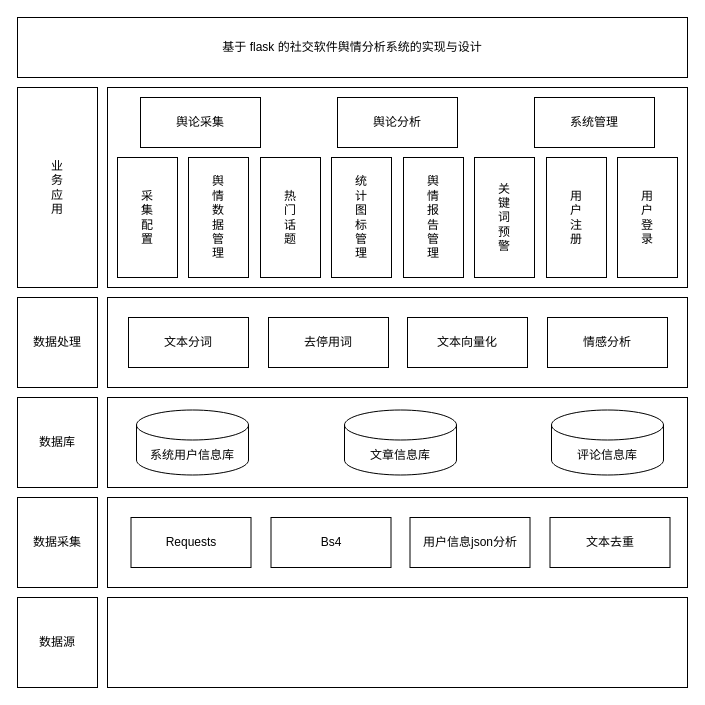
The draw.io diagram 未命名绘图.drawio in ll861181031/AgentGPT, before the edit. Source tidied: cells renumbered, new cells numbered last; positions are measured from the earlier drawing's top-left corner, leaving out a move shared by most shapes. Both pictures are drawn from the tidied source at 100%, with x=0, y=0 at pixel (17, 17).
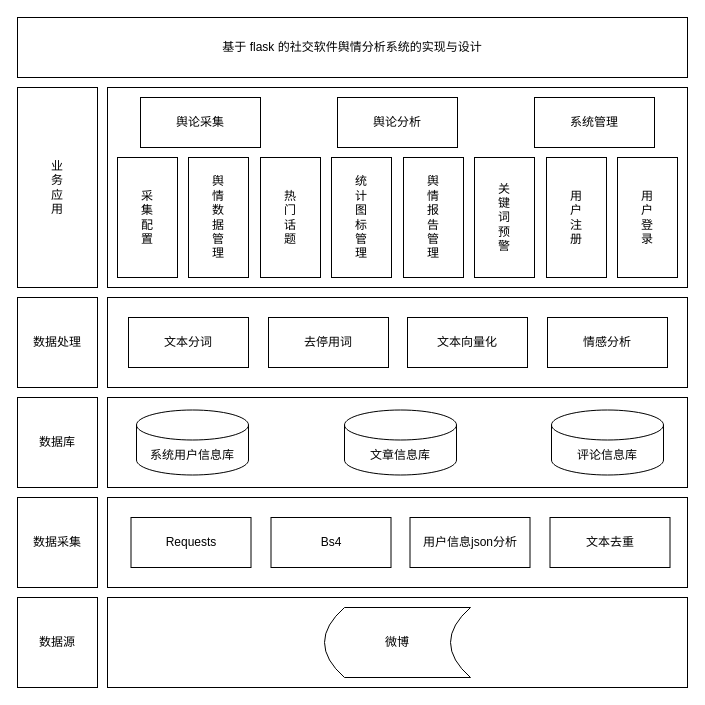
The same page after the edit.

Commit message (it also covers changes not shown here):
基于 flask 的社交软件舆情分析系统的实现与设计.drawio

Change to the diagram source:
```diff
@@
+    <mxCell id="35" value="微博" style="shape=dataStorage;whiteSpace=wrap;html=1;fixedSize=1;" parent="1" vertex="1">
+      <mxGeometry x="307" y="590" width="146" height="70" as="geometry" />
+    </mxCell>
```
